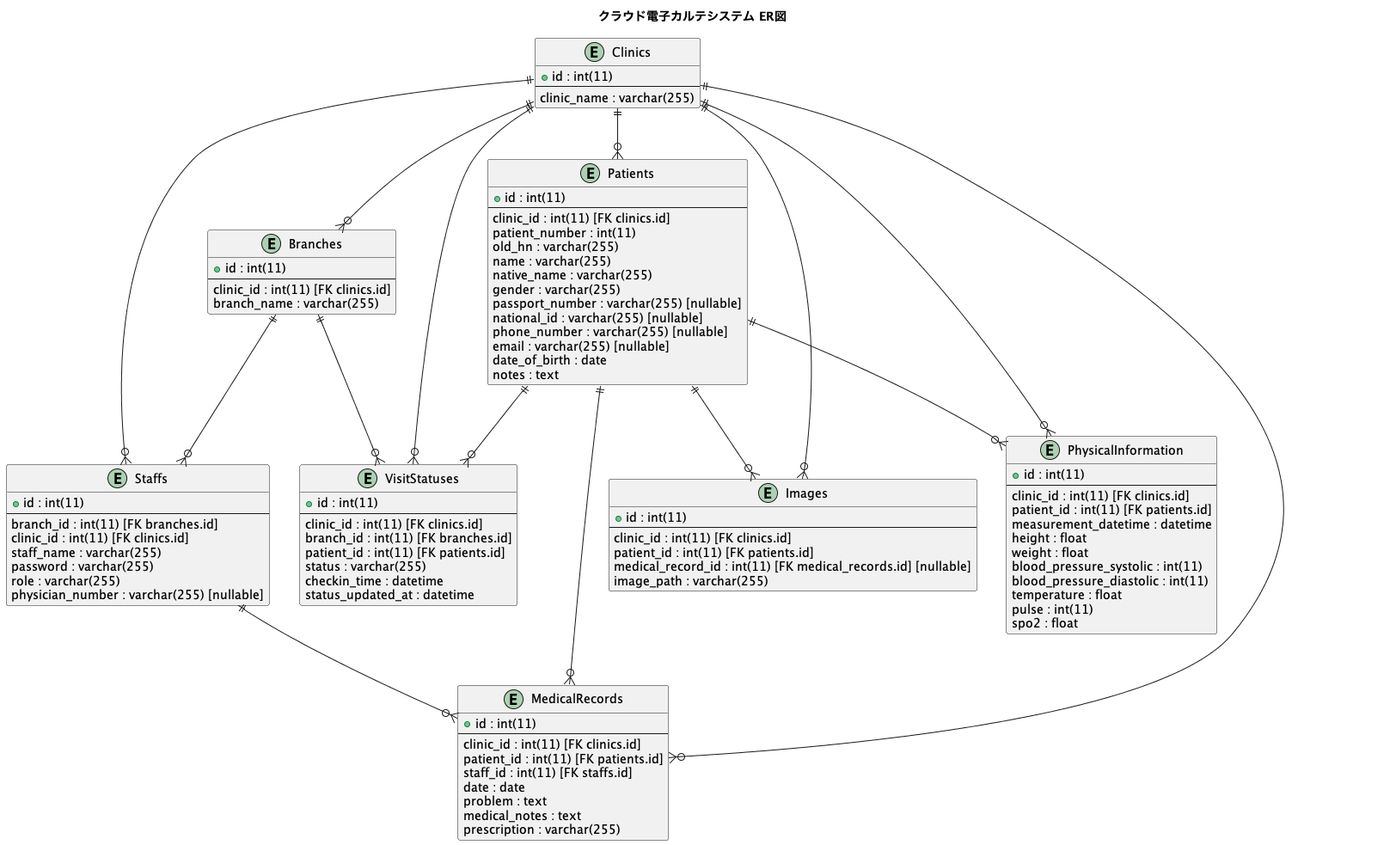
kaneconet/MDX keeps this PlantUML diagram as documents/images/er_diagram.png. Above is the earlier version.
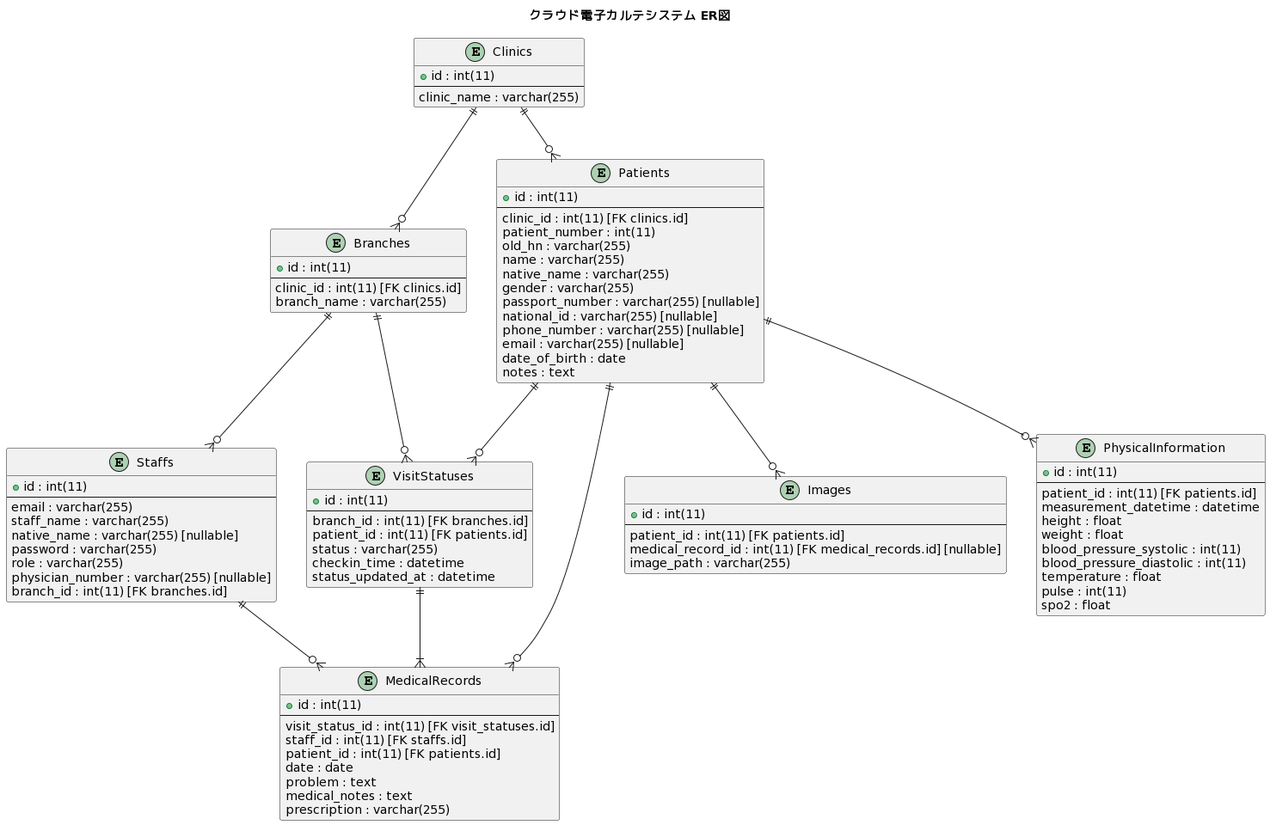
After the change.

Commit message:
Update the database and the architecture diagram

What changed in the source:
```diff
@@ -17,12 +17,13 @@
 entity "Staffs" as staffs {
   + id : int(11)
   ---
-  branch_id : int(11) [FK branches.id]
-  clinic_id : int(11) [FK clinics.id]
+  email : varchar(255)
   staff_name : varchar(255)
+  native_name : varchar(255) [nullable]
   password : varchar(255)
   role : varchar(255)
   physician_number : varchar(255) [nullable]
+  branch_id : int(11) [FK branches.id]
 }
 
 entity "Patients" as patients {
@@ -45,9 +46,9 @@
 entity "MedicalRecords" as medical_records {
   + id : int(11)
   ---
-  clinic_id : int(11) [FK clinics.id]
+  visit_status_id : int(11) [FK visit_statuses.id]
+  staff_id : int(11) [FK staffs.id]
   patient_id : int(11) [FK patients.id]
-  staff_id : int(11) [FK staffs.id]
   date : date
   problem : text
   medical_notes : text
@@ -57,7 +58,6 @@
 entity "Images" as images {
   + id : int(11)
   ---
-  clinic_id : int(11) [FK clinics.id]
   patient_id : int(11) [FK patients.id]
   medical_record_id : int(11) [FK medical_records.id] [nullable]
   image_path : varchar(255)
@@ -66,7 +66,6 @@
 entity "PhysicalInformation" as physical_information {
   + id : int(11)
   ---
-  clinic_id : int(11) [FK clinics.id]
   patient_id : int(11) [FK patients.id]
   measurement_datetime : datetime
   height : float
@@ -81,7 +80,6 @@
 entity "VisitStatuses" as visit_statuses {
   + id : int(11)
   ---
-  clinic_id : int(11) [FK clinics.id]
   branch_id : int(11) [FK branches.id]
   patient_id : int(11) [FK patients.id]
   status : varchar(255)
@@ -90,18 +88,13 @@
 }
 
 clinics ||--o{ branches
-clinics ||--o{ staffs
 clinics ||--o{ patients
-clinics ||--o{ medical_records
-clinics ||--o{ images
-clinics ||--o{ physical_information
-clinics ||--o{ visit_statuses
+branches ||--o{ visit_statuses
 branches ||--o{ staffs
-branches ||--o{ visit_statuses
+staffs ||--o{ medical_records
+visit_statuses ||--|{ medical_records
 patients ||--o{ medical_records
 patients ||--o{ images
 patients ||--o{ physical_information
 patients ||--o{ visit_statuses
-staffs ||--o{ medical_records
-
 @enduml
```
